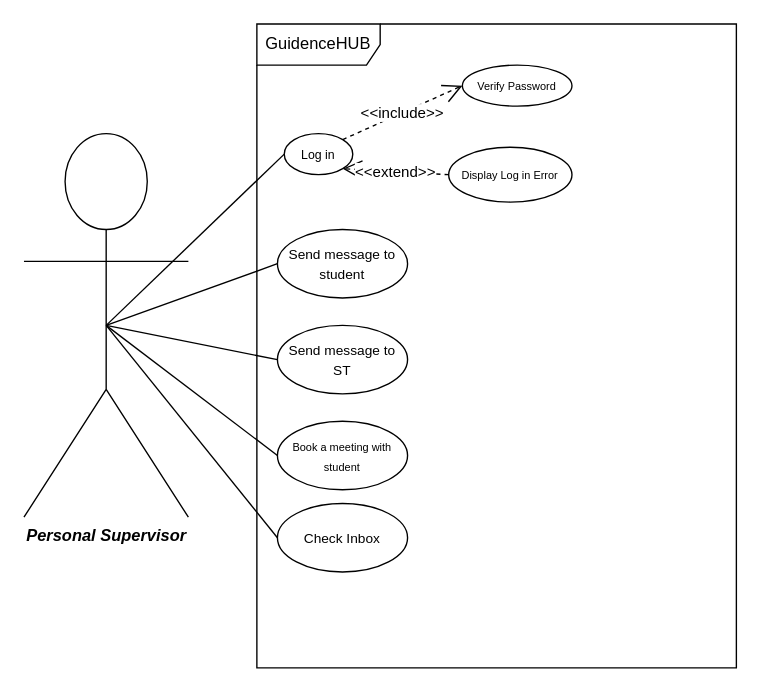
The draw.io diagram DIAGRAMS/ST.drawio in 551462-Design-Develop-Deploy-24-25/001-port-individual-software-project-portfolio-MMukhtar1885, before the edit. Source tidied: cells renumbered, new cells numbered last; positions are measured from the earlier drawing's top-left corner, leaving out a move shared by most shapes. Both pictures are drawn from the tidied source at 137%, with x=0, y=0 at pixel (23, 23).
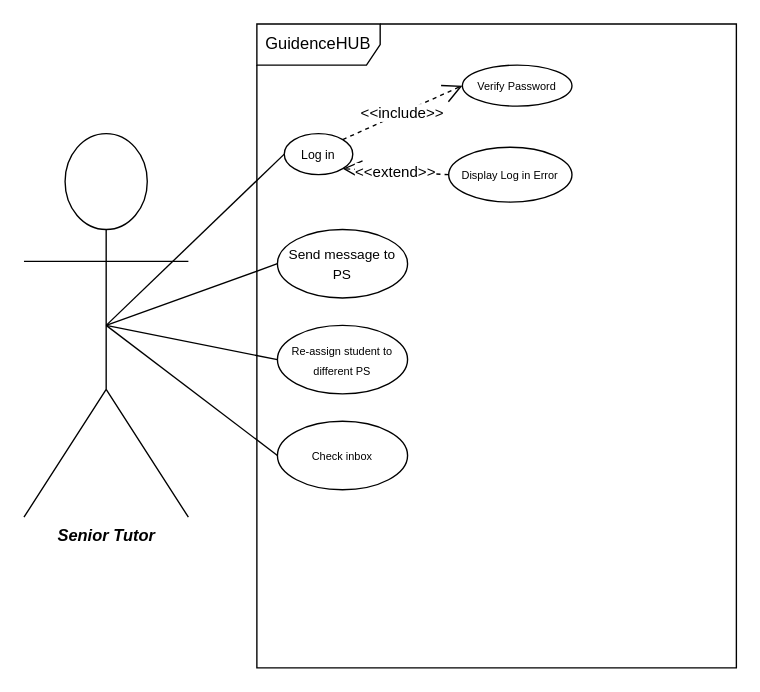
The same diagram, later.

The edit, as a diff of the source:
```diff
@@
 <mxGraphModel>
   <root>
     <mxCell id="0" />
     <mxCell id="1" parent="0" />
     <mxCell id="2" value="GuidenceHUB" style="shape=umlFrame;whiteSpace=wrap;html=1;width=90;height=30;" parent="1" vertex="1">
       <mxGeometry x="170" width="350" height="470" as="geometry" />
     </mxCell>
-    <mxCell id="3" value="&lt;b&gt;&lt;i&gt;Personal Supervisor&lt;/i&gt;&lt;/b&gt;" style="shape=umlActor;verticalLabelPosition=bottom;verticalAlign=top;html=1;" parent="1" vertex="1">
+    <mxCell id="3" value="&lt;b&gt;&lt;i&gt;Senior Tutor&lt;/i&gt;&lt;/b&gt;" style="shape=umlActor;verticalLabelPosition=bottom;verticalAlign=top;html=1;" parent="1" vertex="1">
       <mxGeometry y="80" width="120" height="280" as="geometry" />
     </mxCell>
     <mxCell id="4" value="&lt;font style=&quot;font-size: 9px;&quot;&gt;Log in&lt;/font&gt;" style="ellipse;whiteSpace=wrap;html=1;" parent="1" vertex="1">
       <mxGeometry x="190" y="80" width="50" height="30" as="geometry" />
     </mxCell>
     <mxCell id="5" value="&lt;font style=&quot;font-size: 8px;&quot;&gt;Verify Password&lt;/font&gt;" style="ellipse;whiteSpace=wrap;html=1;" parent="1" vertex="1">
       <mxGeometry x="320" y="30" width="80" height="30" as="geometry" />
     </mxCell>
     <mxCell id="6" value="&lt;font style=&quot;font-size: 8px;&quot;&gt;Display Log in Error&lt;/font&gt;" style="ellipse;whiteSpace=wrap;html=1;" parent="1" vertex="1">
       <mxGeometry x="310" y="90" width="90" height="40" as="geometry" />
     </mxCell>
     <mxCell id="7" value="&amp;lt;&amp;lt;include&amp;gt;&amp;gt;" style="endArrow=open;endSize=12;dashed=1;html=1;rounded=0;exitX=1;exitY=0;exitDx=0;exitDy=0;entryX=0;entryY=0.5;entryDx=0;entryDy=0;" parent="1" edge="1" source="4" target="5">
       <mxGeometry relative="1" as="geometry" />
     </mxCell>
     <mxCell id="8" value="&amp;lt;&amp;lt;extend&amp;gt;&amp;gt;" style="endArrow=open;endSize=12;dashed=1;html=1;rounded=0;exitX=0;exitY=0.5;exitDx=0;exitDy=0;entryX=1;entryY=1;entryDx=0;entryDy=0;" parent="1" edge="1" source="6" target="4">
       <mxGeometry relative="1" as="geometry" />
     </mxCell>
     <mxCell id="9" style="endArrow=none;html=1;rounded=0;exitX=0.5;exitY=0.5;exitDx=0;exitDy=0;exitPerimeter=0;entryX=0;entryY=0.5;entryDx=0;entryDy=0;" parent="1" edge="1" source="3" target="4">
       <mxGeometry relative="1" as="geometry" />
     </mxCell>
-    <mxCell id="10" value="&lt;font style=&quot;font-size: 10px;&quot;&gt;Send message to student&lt;/font&gt;" style="ellipse;whiteSpace=wrap;html=1;" parent="1" vertex="1">
+    <mxCell id="10" value="&lt;font style=&quot;font-size: 10px;&quot;&gt;Send message to PS&lt;/font&gt;" style="ellipse;whiteSpace=wrap;html=1;" parent="1" vertex="1">
       <mxGeometry x="185" y="150" width="95" height="50" as="geometry" />
     </mxCell>
     <mxCell id="11" style="endArrow=none;html=1;rounded=0;exitX=0.5;exitY=0.5;exitDx=0;exitDy=0;exitPerimeter=0;entryX=0;entryY=0.5;entryDx=0;entryDy=0;" parent="1" edge="1" source="3" target="10">
       <mxGeometry relative="1" as="geometry" />
     </mxCell>
     <mxCell id="12" style="endArrow=none;html=1;rounded=0;exitX=0.5;exitY=0.5;exitDx=0;exitDy=0;exitPerimeter=0;entryX=0;entryY=0.5;entryDx=0;entryDy=0;" parent="1" edge="1" source="3" target="13">
       <mxGeometry relative="1" as="geometry" />
     </mxCell>
-    <mxCell id="13" value="&lt;font style=&quot;font-size: 10px;&quot;&gt;Send message to ST&lt;/font&gt;" style="ellipse;whiteSpace=wrap;html=1;" parent="1" vertex="1">
+    <mxCell id="13" value="&lt;font style=&quot;font-size: 8px;&quot;&gt;Re-assign student to different PS&lt;/font&gt;" style="ellipse;whiteSpace=wrap;html=1;" parent="1" vertex="1">
       <mxGeometry x="185" y="220" width="95" height="50" as="geometry" />
     </mxCell>
     <mxCell id="14" style="endArrow=none;html=1;rounded=0;exitX=0.5;exitY=0.5;exitDx=0;exitDy=0;exitPerimeter=0;entryX=0;entryY=0.5;entryDx=0;entryDy=0;" parent="1" edge="1" source="3" target="15">
       <mxGeometry relative="1" as="geometry" />
     </mxCell>
-    <mxCell id="15" value="&lt;font style=&quot;font-size: 8px;&quot;&gt;Book a meeting with student&lt;/font&gt;" style="ellipse;whiteSpace=wrap;html=1;" parent="1" vertex="1">
+    <mxCell id="15" value="&lt;font style=&quot;font-size: 8px;&quot;&gt;Check inbox&lt;/font&gt;" style="ellipse;whiteSpace=wrap;html=1;" parent="1" vertex="1">
       <mxGeometry x="185" y="290" width="95" height="50" as="geometry" />
     </mxCell>
-    <mxCell id="16" style="endArrow=none;html=1;rounded=0;exitX=0.5;exitY=0.5;exitDx=0;exitDy=0;exitPerimeter=0;entryX=0;entryY=0.5;entryDx=0;entryDy=0;" parent="1" edge="1" source="3" target="17">
-      <mxGeometry relative="1" as="geometry" />
-    </mxCell>
-    <mxCell id="17" value="&lt;span style=&quot;font-size: 10px;&quot;&gt;Check Inbox&lt;/span&gt;" style="ellipse;whiteSpace=wrap;html=1;" parent="1" vertex="1">
-      <mxGeometry x="185" y="350" width="95" height="50" as="geometry" />
-    </mxCell>
   </root>
 </mxGraphModel>
```
